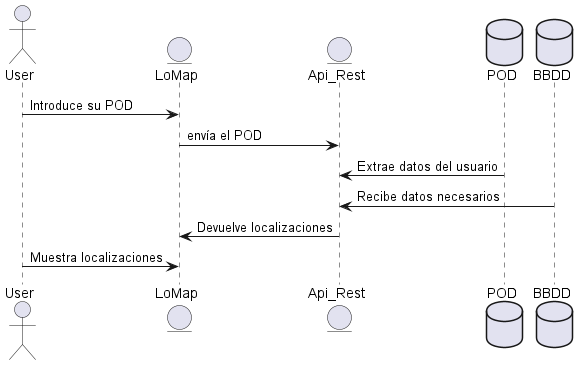
Arquisoft/lomap_es6a keeps this PlantUML diagram as images/Sequence diagram1.png. Above is the earlier version.
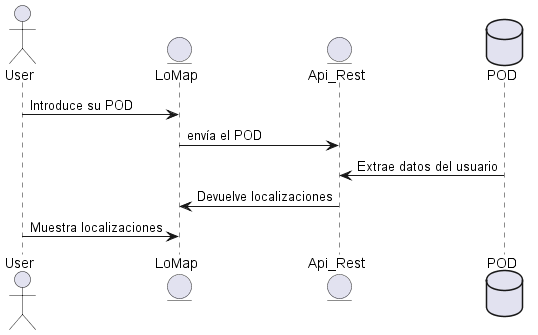
Above is the later version.

Change to the diagram source:
```diff
@@ -3,12 +3,10 @@
 entity LoMap
 entity Api_Rest
 database POD
-database BBDD
 
 User -> LoMap: Introduce su POD
 LoMap -> Api_Rest: envía el POD
 Api_Rest <- POD: Extrae datos del usuario
-Api_Rest <- BBDD: Recibe datos necesarios
 LoMap <- Api_Rest: Devuelve localizaciones
 User -> LoMap: Muestra localizaciones
 @enduml
```
